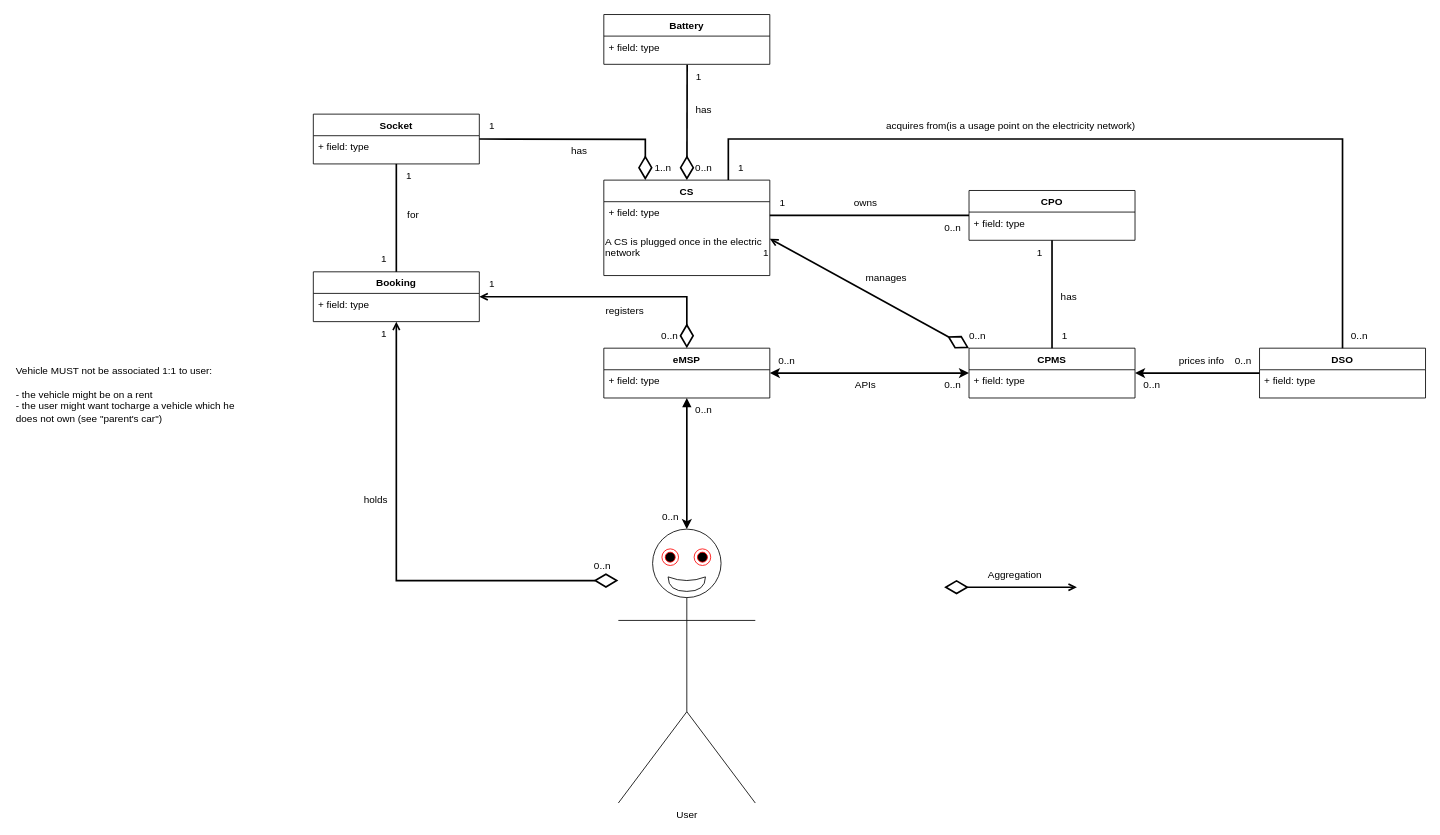
Before: RASD/UML.drawio in EMJzero/SoftwareEngineeringII-project, a draw.io diagram. Source tidied: cells renumbered, new cells numbered last; positions are measured from the earlier drawing's top-left corner, leaving out a move shared by most shapes. Both pictures are drawn from the tidied source at 83%, with x=0, y=0 at pixel (14, 14).
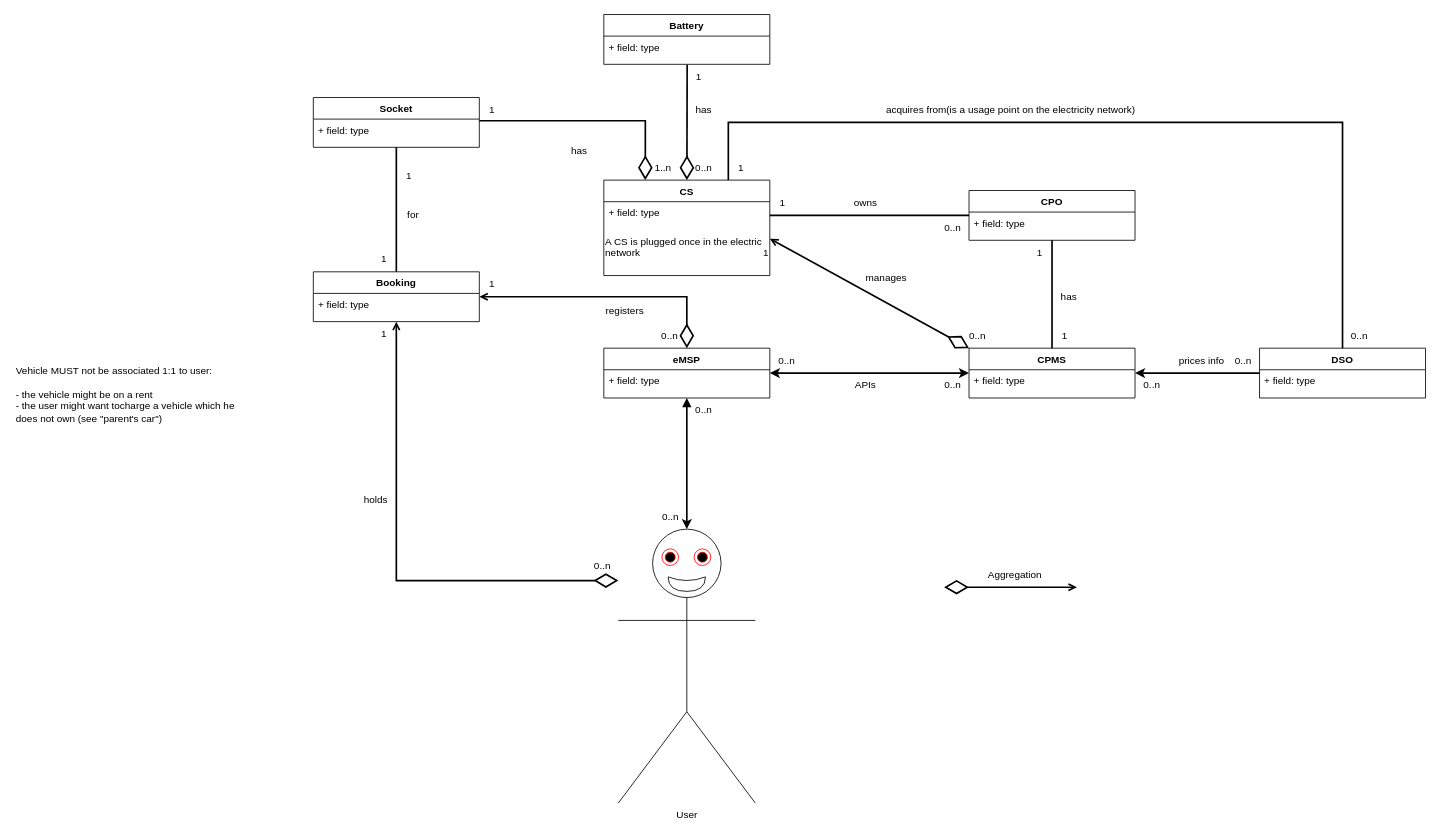
Above is the later version.

Commit message (it also covers changes not shown here):
Added StateCharts diagrams, updated Latex

The change refers to these unchanged cells:
```xml
<mxCell id="31" value="CS" style="swimlane;fontStyle=1;horizontal=1;startSize=26;fillColor=none;" parent="1" vertex="1">
  <mxGeometry x="710" y="199.5" width="200" height="115" as="geometry" />
</mxCell>
<mxCell id="36" value="DSO" style="swimlane;fontStyle=1;horizontal=1;startSize=26;fillColor=none;" parent="1" vertex="1">
  <mxGeometry x="1500" y="402" width="200" height="60" as="geometry" />
</mxCell>
<mxCell id="46" value="+ field: type" style="text;strokeColor=none;fillColor=none;align=left;verticalAlign=top;spacingLeft=4;spacingRight=4;overflow=hidden;points=[[0,0.5],[1,0.5]];portConstraint=eastwest;" parent="45" vertex="1">
  <mxGeometry y="26" width="200" height="34" as="geometry" />
</mxCell>
```

Diff of the diagram source:
```diff
@@
     <mxCell id="45" value="Socket" style="swimlane;fontStyle=1;horizontal=1;startSize=26;fillColor=none;" parent="1" vertex="1">
-      <mxGeometry x="360" y="120" width="200" height="60" as="geometry" />
+      <mxGeometry x="360" y="100" width="200" height="60" as="geometry" />
     </mxCell>
@@
     <mxCell id="52" value="1" style="text;html=1;align=center;verticalAlign=middle;strokeColor=none;fillColor=none;" parent="1" vertex="1">
-      <mxGeometry x="560" y="120" width="30" height="30" as="geometry" />
+      <mxGeometry x="560" y="100" width="30" height="30" as="geometry" />
     </mxCell>
@@
     <mxCell id="63" value="acquires from(is a usage point on the electricity network)" style="text;html=1;align=center;verticalAlign=middle;strokeColor=none;fillColor=none;" parent="1" vertex="1">
-      <mxGeometry x="1035" y="120" width="330" height="30" as="geometry" />
+      <mxGeometry x="1035" y="100" width="330" height="30" as="geometry" />
     </mxCell>
@@
-    <mxCell id="65" style="endArrow=diamondThin;endFill=0;endSize=24;html=1;rounded=0;entryX=0.25;entryY=0;entryDx=0;entryDy=0;edgeStyle=orthogonalEdgeStyle;strokeWidth=2;" parent="1" edge="1" target="31">
-      <mxGeometry relative="1" as="geometry">
-        <mxPoint x="560" y="150" as="sourcePoint" />
-      </mxGeometry>
+    <mxCell id="65" style="endArrow=diamondThin;endFill=0;endSize=24;html=1;rounded=0;entryX=0.25;entryY=0;entryDx=0;entryDy=0;edgeStyle=orthogonalEdgeStyle;strokeWidth=2;exitX=1;exitY=0.058;exitDx=0;exitDy=0;exitPerimeter=0;" parent="1" edge="1" source="46" target="31">
+      <mxGeometry relative="1" as="geometry" />
     </mxCell>
     <mxCell id="66" style="edgeStyle=orthogonalEdgeStyle;rounded=0;jettySize=auto;html=1;strokeColor=default;strokeWidth=2;startArrow=none;startFill=0;endArrow=none;endFill=0;exitX=0.75;exitY=0;exitDx=0;exitDy=0;" parent="1" edge="1" source="31" target="36">
       <mxGeometry relative="1" as="geometry">
         <Array as="points">
-          <mxPoint x="860" y="150" />
-          <mxPoint x="1600" y="150" />
+          <mxPoint x="860" y="130" />
+          <mxPoint x="1600" y="130" />
         </Array>
       </mxGeometry>
     </mxCell>
```
